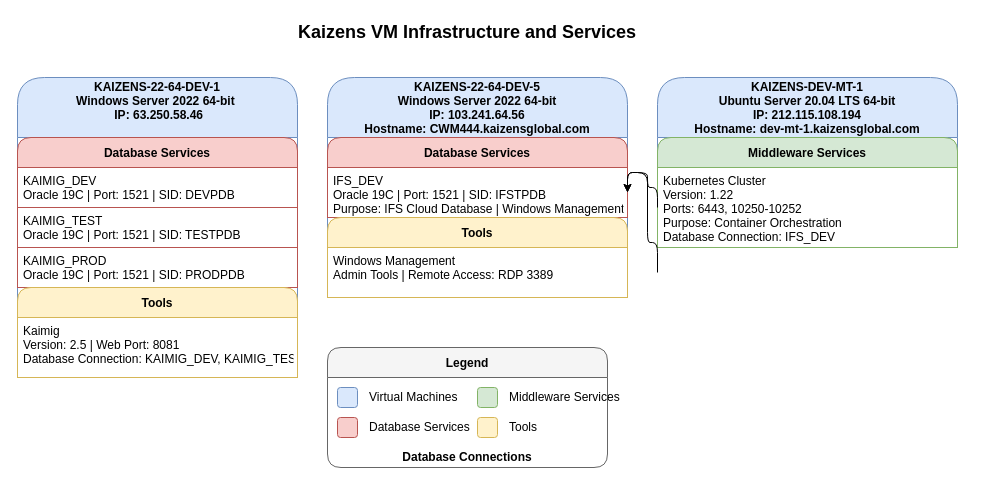
The draw.io diagram Kaizens VM Config.drawio in daatlk/kainetconfig, before the edit. Source tidied: cells renumbered, new cells numbered last; positions are measured from the earlier drawing's top-left corner, leaving out a move shared by most shapes. Both pictures are drawn from the tidied source at 100%, with x=0, y=0 at pixel (17, 17).
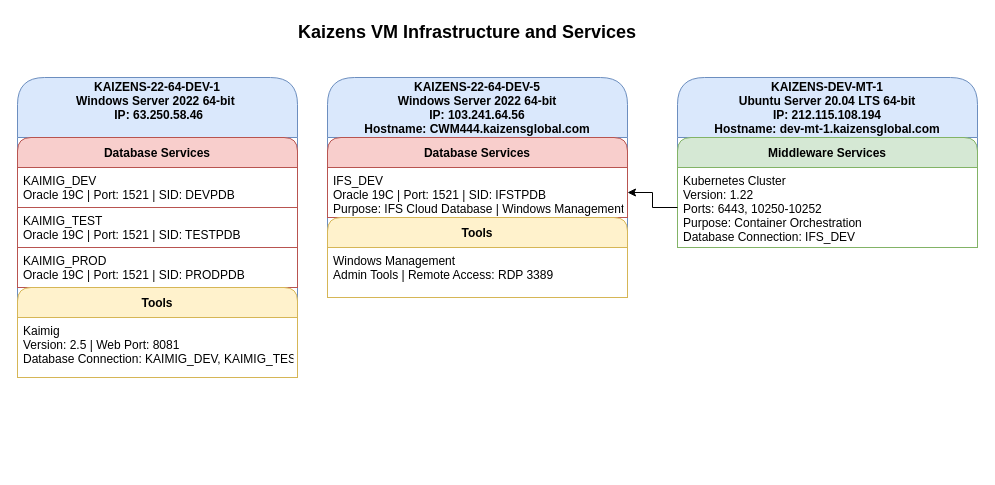
The same page after the edit.

The change refers to these unchanged cells:
```xml
<mxCell id="12" value="IFS_DEV&#10;Oracle 19C | Port: 1521 | SID: IFSTPDB&#10;Purpose: IFS Cloud Database | Windows Management Server" style="text;strokeColor=#b85450;fillColor=#ffffff;align=left;verticalAlign=top;spacingLeft=4;spacingRight=4;overflow=hidden;points=[[0,0.5],[1,0.5]];portConstraint=eastwest;" parent="11" vertex="1">
  <mxGeometry y="30" width="300" height="50" as="geometry" />
</mxCell>
<mxCell id="17" value="Kubernetes Cluster&#10;Version: 1.22&#10;Ports: 6443, 10250-10252&#10;Purpose: Container Orchestration&#10;Database Connection: IFS_DEV" style="text;strokeColor=#82b366;fillColor=#ffffff;align=left;verticalAlign=top;spacingLeft=4;spacingRight=4;overflow=hidden;points=[[0,0.5],[1,0.5]];portConstraint=eastwest;" parent="16" vertex="1">
  <mxGeometry y="30" width="300" height="80" as="geometry" />
</mxCell>
```

What changed in the source:
```diff
@@
     <mxCell id="15" value="KAIZENS-DEV-MT-1&#10;Ubuntu Server 20.04 LTS 64-bit&#10;IP: 212.115.108.194&#10;Hostname: dev-mt-1.kaizensglobal.com" style="swimlane;fontStyle=1;horizontal=1;startSize=60;fillColor=#dae8fc;strokeColor=#6c8ebf;rounded=1;" parent="1" vertex="1">
-      <mxGeometry x="640" y="60" width="300" height="170" as="geometry" />
+      <mxGeometry x="660" y="60" width="300" height="170" as="geometry" />
     </mxCell>
@@
-    <mxCell id="18" style="endArrow=classic;html=1;exitX=0;exitY=0.5;exitDx=0;exitDy=0;entryX=1;entryY=0.5;entryDx=0;entryDy=0;edgeStyle=orthogonalEdgeStyle;rounded=1;" parent="1" edge="1" source="17" target="12">
-      <mxGeometry relative="1" as="geometry">
-        <Array as="points">
-          <mxPoint x="630" y="170" />
-          <mxPoint x="630" y="155" />
-        </Array>
-      </mxGeometry>
+    <mxCell id="18" style="edgeStyle=orthogonalEdgeStyle;rounded=0;jettySize=auto;html=1;" parent="1" edge="1" source="17" target="12">
+      <mxGeometry relative="1" as="geometry" />
     </mxCell>
-    <mxCell id="19" style="endArrow=classic;html=1;exitX=0;exitY=0.5;exitDx=0;exitDy=0;entryX=1;entryY=0.5;entryDx=0;entryDy=0;edgeStyle=orthogonalEdgeStyle;rounded=1;" parent="1" edge="1" target="12">
-      <mxGeometry relative="1" as="geometry">
-        <mxPoint x="640" y="255" as="sourcePoint" />
-        <Array as="points">
-          <mxPoint x="630" y="225" />
-          <mxPoint x="630" y="155" />
-        </Array>
-      </mxGeometry>
-    </mxCell>
-    <mxCell id="20" value="Legend" style="swimlane;fontStyle=1;horizontal=1;startSize=30;fillColor=#f5f5f5;strokeColor=#666666;rounded=1;" parent="1" vertex="1">
-      <mxGeometry x="310" y="330" width="280" height="120" as="geometry" />
-    </mxCell>
-    <mxCell id="21" style="group;" parent="20" vertex="1">
-      <mxGeometry y="30" width="280" height="90" as="geometry" />
-    </mxCell>
-    <mxCell id="22" style="rounded=1;whiteSpace=wrap;html=1;fillColor=#dae8fc;strokeColor=#6c8ebf;" parent="21" vertex="1">
-      <mxGeometry x="10" y="10" width="20" height="20" as="geometry" />
-    </mxCell>
-    <mxCell id="23" value="Virtual Machines" style="text;html=1;strokeColor=none;fillColor=none;align=left;verticalAlign=middle;whiteSpace=wrap;rounded=0;" parent="21" vertex="1">
-      <mxGeometry x="40" y="10" width="100" height="20" as="geometry" />
-    </mxCell>
-    <mxCell id="24" style="rounded=1;whiteSpace=wrap;html=1;fillColor=#f8cecc;strokeColor=#b85450;" parent="21" vertex="1">
-      <mxGeometry x="10" y="40" width="20" height="20" as="geometry" />
-    </mxCell>
-    <mxCell id="25" value="Database Services" style="text;html=1;strokeColor=none;fillColor=none;align=left;verticalAlign=middle;whiteSpace=wrap;rounded=0;" parent="21" vertex="1">
-      <mxGeometry x="40" y="40" width="110" height="20" as="geometry" />
-    </mxCell>
-    <mxCell id="26" style="rounded=1;whiteSpace=wrap;html=1;fillColor=#d5e8d4;strokeColor=#82b366;" parent="21" vertex="1">
-      <mxGeometry x="150" y="10" width="20" height="20" as="geometry" />
-    </mxCell>
-    <mxCell id="27" value="Middleware Services" style="text;html=1;strokeColor=none;fillColor=none;align=left;verticalAlign=middle;whiteSpace=wrap;rounded=0;" parent="21" vertex="1">
-      <mxGeometry x="180" y="10" width="120" height="20" as="geometry" />
-    </mxCell>
-    <mxCell id="28" style="rounded=1;whiteSpace=wrap;html=1;fillColor=#fff2cc;strokeColor=#d6b656;" parent="21" vertex="1">
-      <mxGeometry x="150" y="40" width="20" height="20" as="geometry" />
-    </mxCell>
-    <mxCell id="29" value="Tools" style="text;html=1;strokeColor=none;fillColor=none;align=left;verticalAlign=middle;whiteSpace=wrap;rounded=0;" parent="21" vertex="1">
-      <mxGeometry x="180" y="40" width="40" height="20" as="geometry" />
-    </mxCell>
-    <mxCell id="30" value="Database Connections" style="text;html=1;strokeColor=none;fillColor=none;align=center;verticalAlign=middle;whiteSpace=wrap;rounded=0;fontStyle=1;" parent="21" vertex="1">
-      <mxGeometry x="70" y="70" width="140" height="20" as="geometry" />
-    </mxCell>
```
